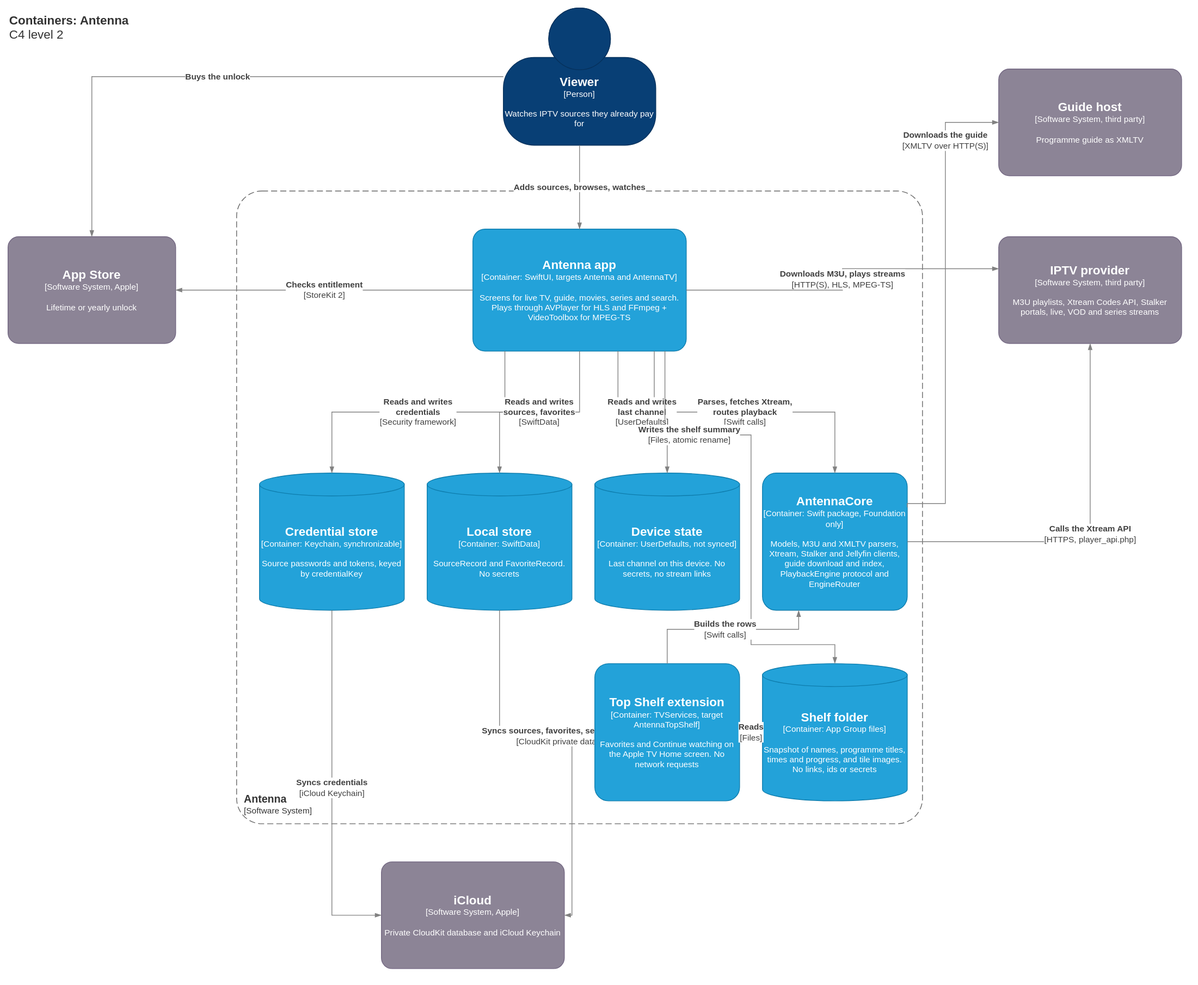
OlofLoov/antenna keeps this draw.io diagram as docs/architecture/c4-container.drawio.svg. Above is the earlier version. Source tidied: cells renumbered, new cells last; positions are measured from the earlier drawing's top-left corner, leaving out a move shared by most shapes.
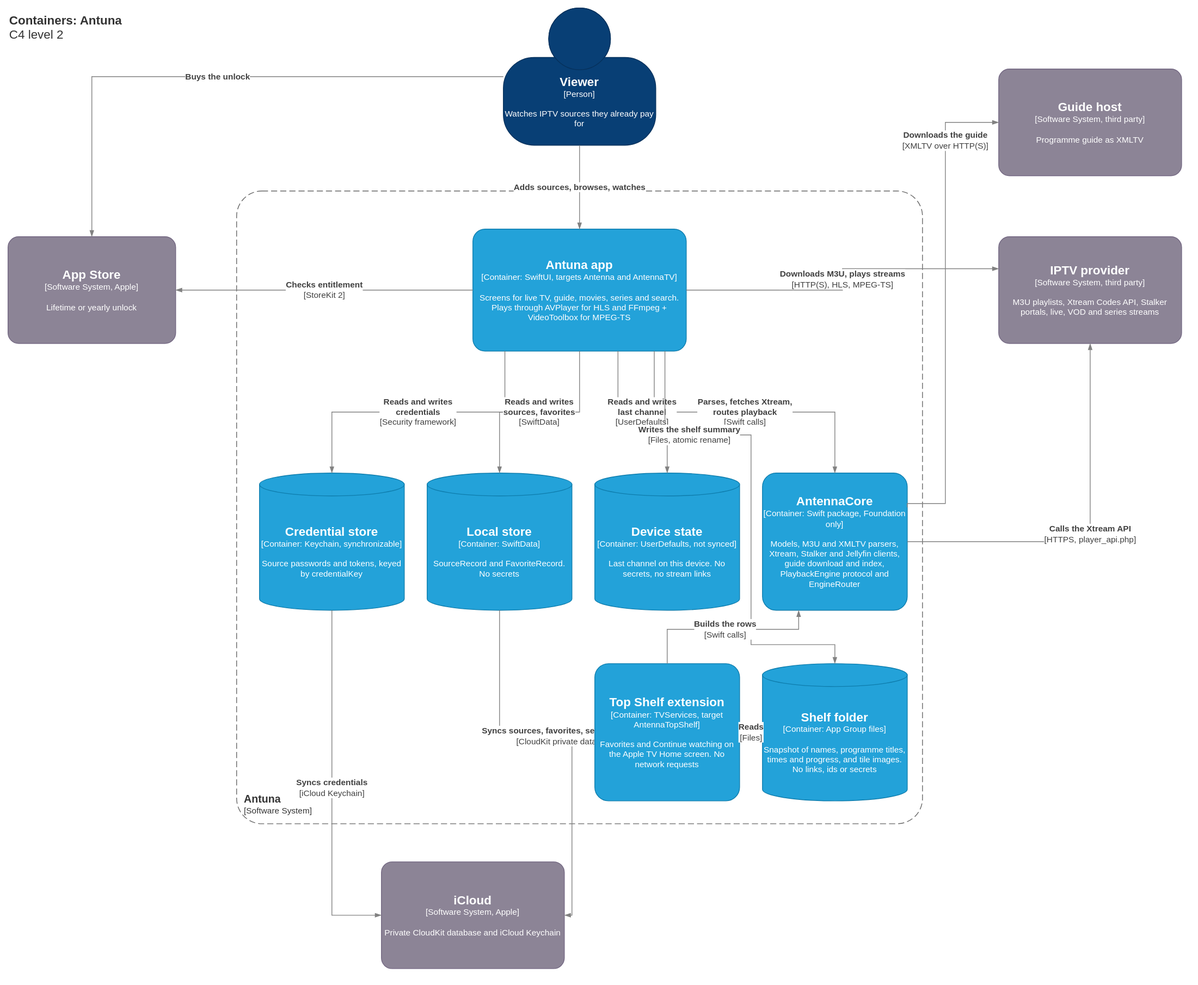
After the change.

The edit, as a diff of the source:
```diff
@@ -2,16 +2,16 @@
   <root>
     <mxCell id="0" />
     <mxCell id="1" parent="0" />
-    <mxCell id="2" value="&lt;b&gt;Containers: Antenna&lt;/b&gt;&lt;div&gt;C4 level 2&lt;/div&gt;" style="text;html=1;align=left;verticalAlign=top;fontSize=16;fontColor=#333333;" parent="1" vertex="1">
+    <mxCell id="2" value="&lt;b&gt;Containers: Antuna&lt;/b&gt;&lt;div&gt;C4 level 2&lt;/div&gt;" style="text;html=1;align=left;verticalAlign=top;fontSize=16;fontColor=#333333;" parent="1" vertex="1">
       <mxGeometry width="300" height="50" as="geometry" />
     </mxCell>
     <mxCell id="3" value="&lt;font style='font-size:16px'&gt;&lt;b&gt;Viewer&lt;/b&gt;&lt;/font&gt;&lt;div&gt;[Person]&lt;/div&gt;&lt;br&gt;&lt;div&gt;Watches IPTV sources they already pay for&lt;/div&gt;" style="html=1;fontSize=11;dashed=0;whiteSpace=wrap;fillColor=#083F75;strokeColor=#06315C;fontColor=#ffffff;shape=mxgraph.c4.person2;align=center;points=[[0.5,0,0],[1,0.5,0],[1,0.75,0],[0.75,1,0],[0.5,1,0],[0.25,1,0],[0,0.75,0],[0,0.5,0]];" parent="1" vertex="1">
       <mxGeometry x="650" width="200" height="180" as="geometry" />
     </mxCell>
-    <mxCell id="4" value="&lt;font style='font-size:14px'&gt;&lt;b&gt;Antenna&lt;/b&gt;&lt;/font&gt;&lt;div&gt;[Software System]&lt;/div&gt;" style="rounded=1;fontSize=11;whiteSpace=wrap;html=1;dashed=1;arcSize=4;fillColor=none;strokeColor=#666666;fontColor=#333333;labelBackgroundColor=none;align=left;verticalAlign=bottom;spacing=10;dashPattern=8 4;" parent="1" vertex="1">
+    <mxCell id="4" value="&lt;font style='font-size:14px'&gt;&lt;b&gt;Antuna&lt;/b&gt;&lt;/font&gt;&lt;div&gt;[Software System]&lt;/div&gt;" style="rounded=1;fontSize=11;whiteSpace=wrap;html=1;dashed=1;arcSize=4;fillColor=none;strokeColor=#666666;fontColor=#333333;labelBackgroundColor=none;align=left;verticalAlign=bottom;spacing=10;dashPattern=8 4;" parent="1" vertex="1">
       <mxGeometry x="300" y="240" width="900" height="830" as="geometry" />
     </mxCell>
-    <mxCell id="5" value="&lt;font style='font-size:16px'&gt;&lt;b&gt;Antenna app&lt;/b&gt;&lt;/font&gt;&lt;div&gt;[Container: SwiftUI, targets Antenna and AntennaTV]&lt;/div&gt;&lt;br&gt;&lt;div&gt;Screens for live TV, guide, movies, series and search. Plays through AVPlayer for HLS and FFmpeg + VideoToolbox for MPEG-TS&lt;/div&gt;" style="rounded=1;whiteSpace=wrap;html=1;labelBackgroundColor=none;fillColor=#23A2D9;fontColor=#ffffff;align=center;arcSize=10;strokeColor=#0E7DAD;fontSize=11;" parent="1" vertex="1">
+    <mxCell id="5" value="&lt;font style='font-size:16px'&gt;&lt;b&gt;Antuna app&lt;/b&gt;&lt;/font&gt;&lt;div&gt;[Container: SwiftUI, targets Antenna and AntennaTV]&lt;/div&gt;&lt;br&gt;&lt;div&gt;Screens for live TV, guide, movies, series and search. Plays through AVPlayer for HLS and FFmpeg + VideoToolbox for MPEG-TS&lt;/div&gt;" style="rounded=1;whiteSpace=wrap;html=1;labelBackgroundColor=none;fillColor=#23A2D9;fontColor=#ffffff;align=center;arcSize=10;strokeColor=#0E7DAD;fontSize=11;" parent="1" vertex="1">
       <mxGeometry x="610" y="290" width="280" height="160" as="geometry" />
     </mxCell>
     <mxCell id="6" value="&lt;font style='font-size:16px'&gt;&lt;b&gt;Credential store&lt;/b&gt;&lt;/font&gt;&lt;div&gt;[Container: Keychain, synchronizable]&lt;/div&gt;&lt;br&gt;&lt;div&gt;Source passwords and tokens, keyed by credentialKey&lt;/div&gt;" style="shape=cylinder3;size=15;boundedLbl=1;whiteSpace=wrap;html=1;labelBackgroundColor=none;fillColor=#23A2D9;fontColor=#ffffff;align=center;strokeColor=#0E7DAD;fontSize=11;" parent="1" vertex="1">
```
